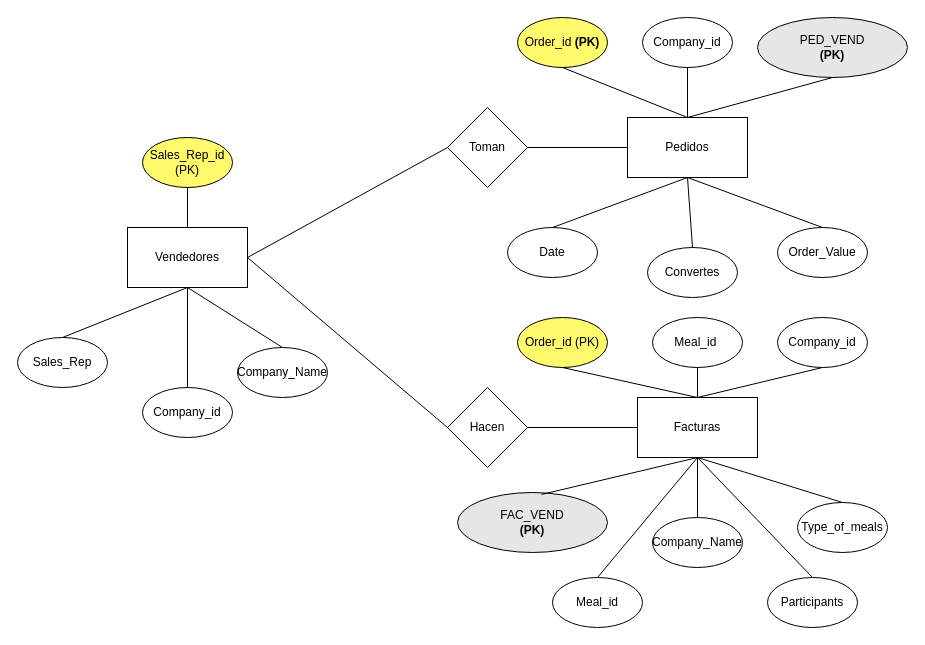
Above: Untitled Diagram.drawio in RaquelReedemed/diagrams_pract (draw.io), before the change. Source tidied: cells renumbered, new cells numbered last; positions are measured from the earlier drawing's top-left corner, leaving out a move shared by most shapes. Both pictures are drawn from the tidied source at 100%, with x=0, y=0 at pixel (17, 17).
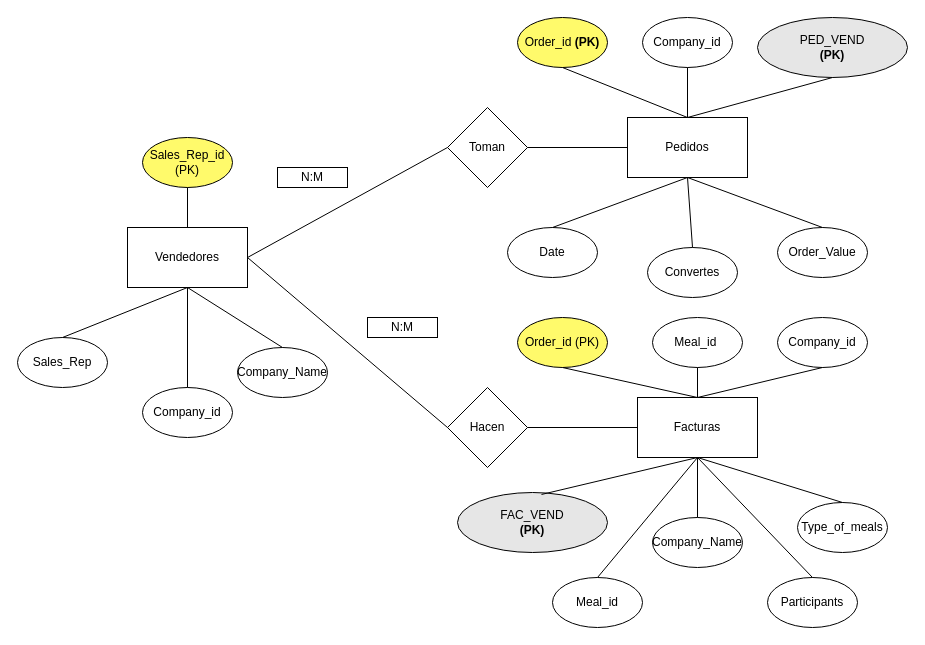
The same page after the edit.

The edit, as a diff of the source:
```diff
@@
+    <mxCell id="47" value="N:M" style="rounded=0;whiteSpace=wrap;html=1;" parent="1" vertex="1">
+      <mxGeometry x="260" y="150" width="70" height="20" as="geometry" />
+    </mxCell>
+    <mxCell id="48" value="N:M" style="rounded=0;whiteSpace=wrap;html=1;" parent="1" vertex="1">
+      <mxGeometry x="350" y="300" width="70" height="20" as="geometry" />
+    </mxCell>
```
